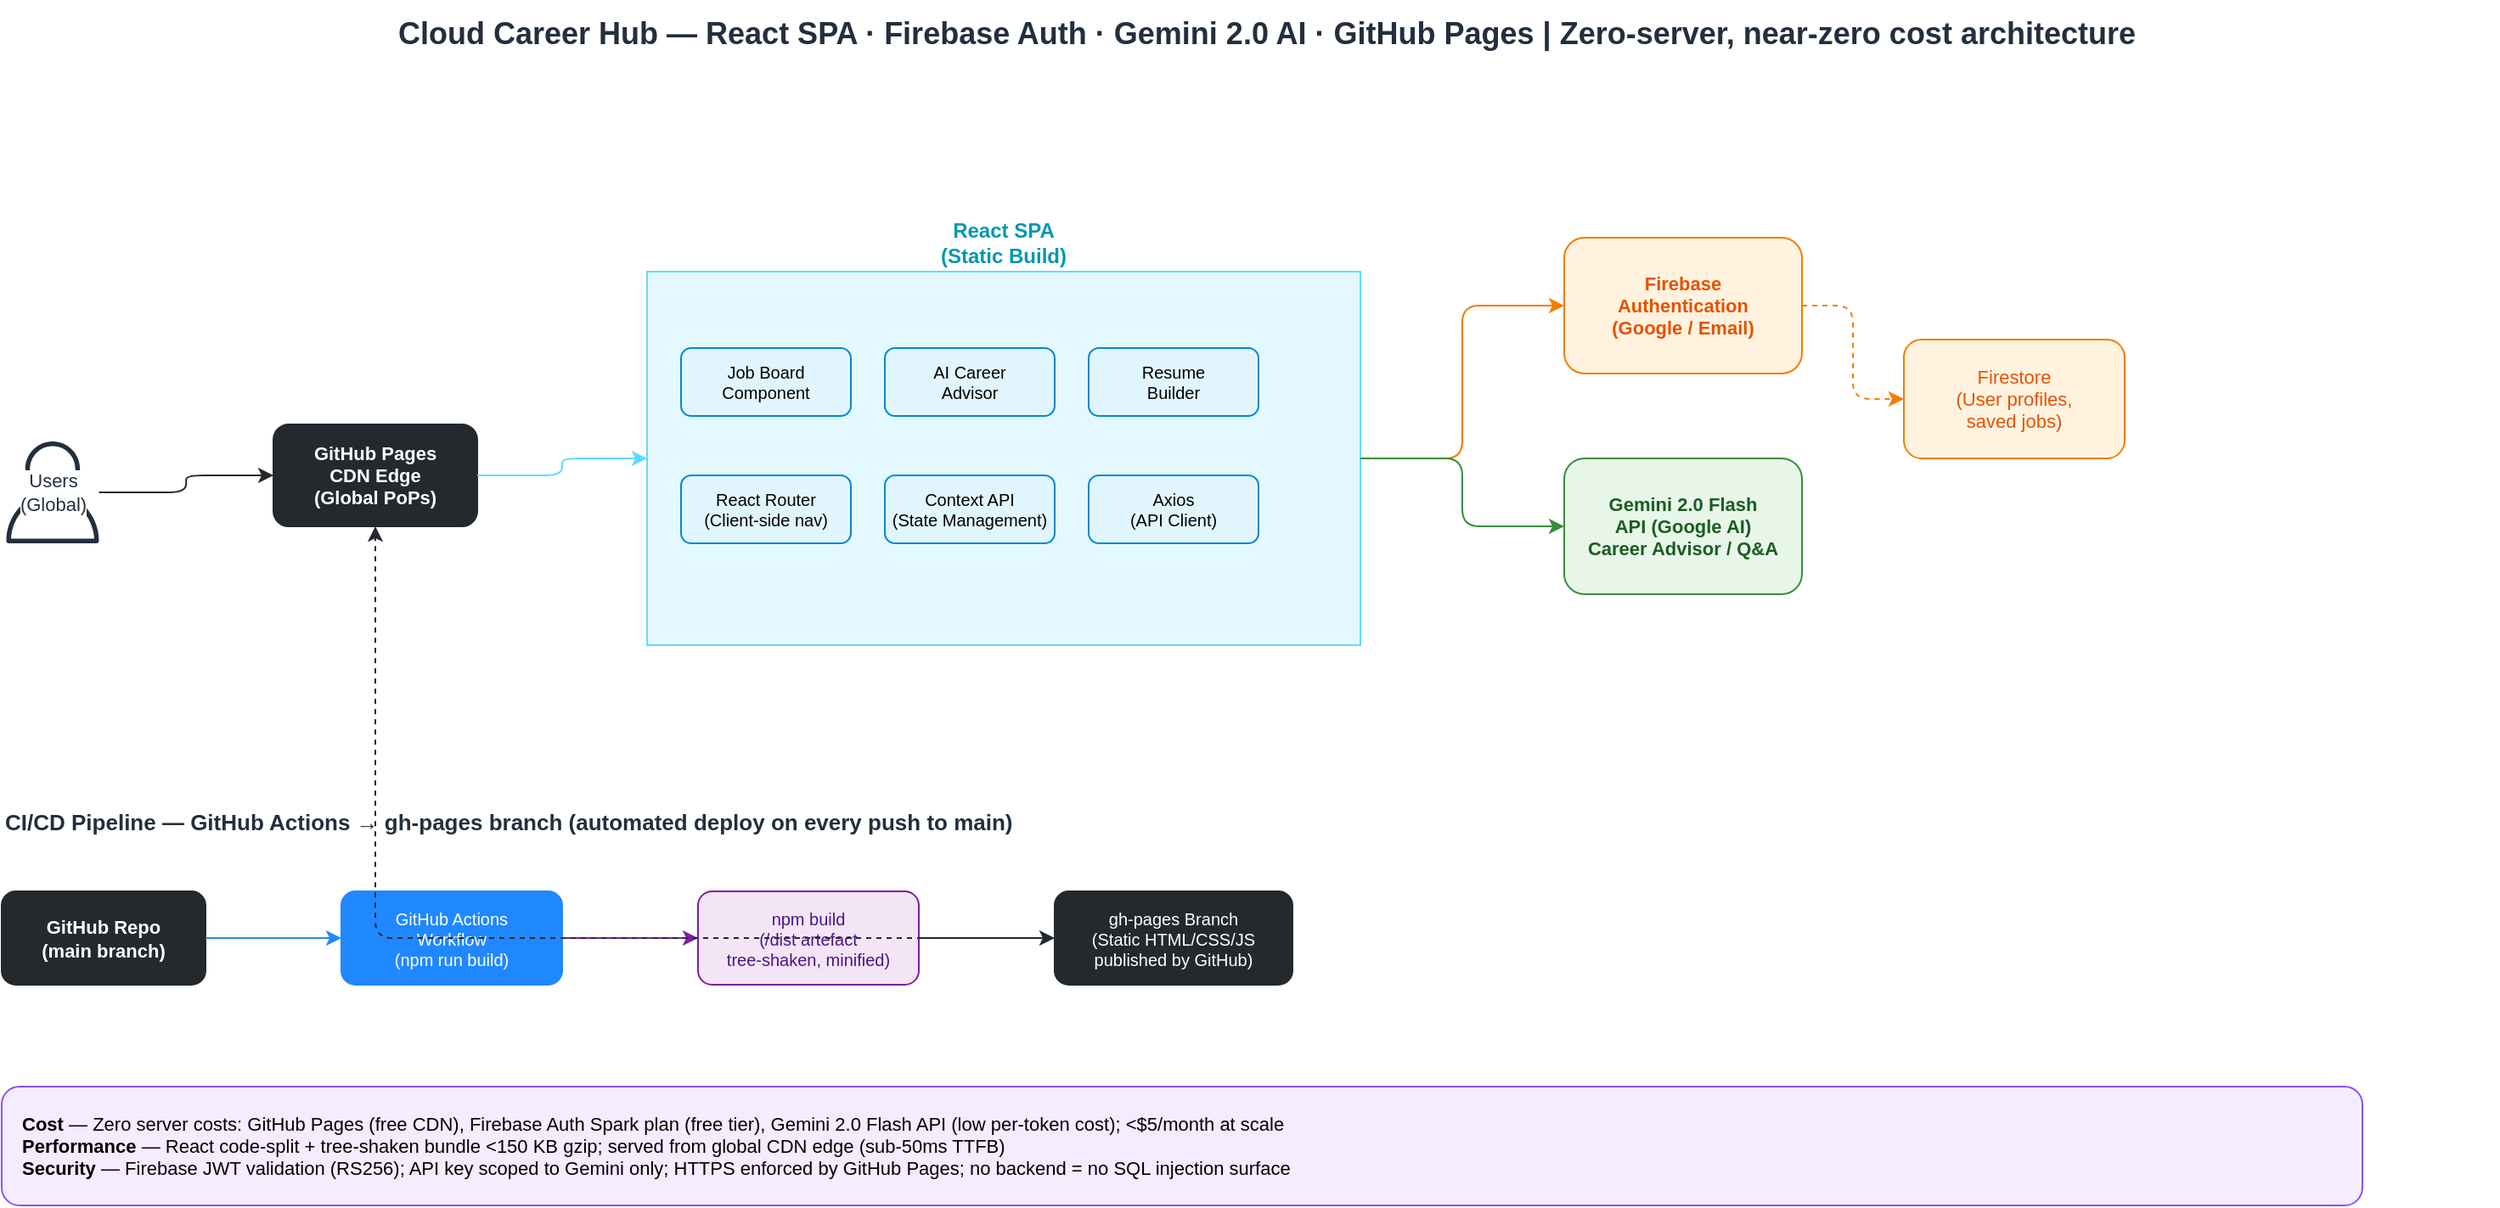
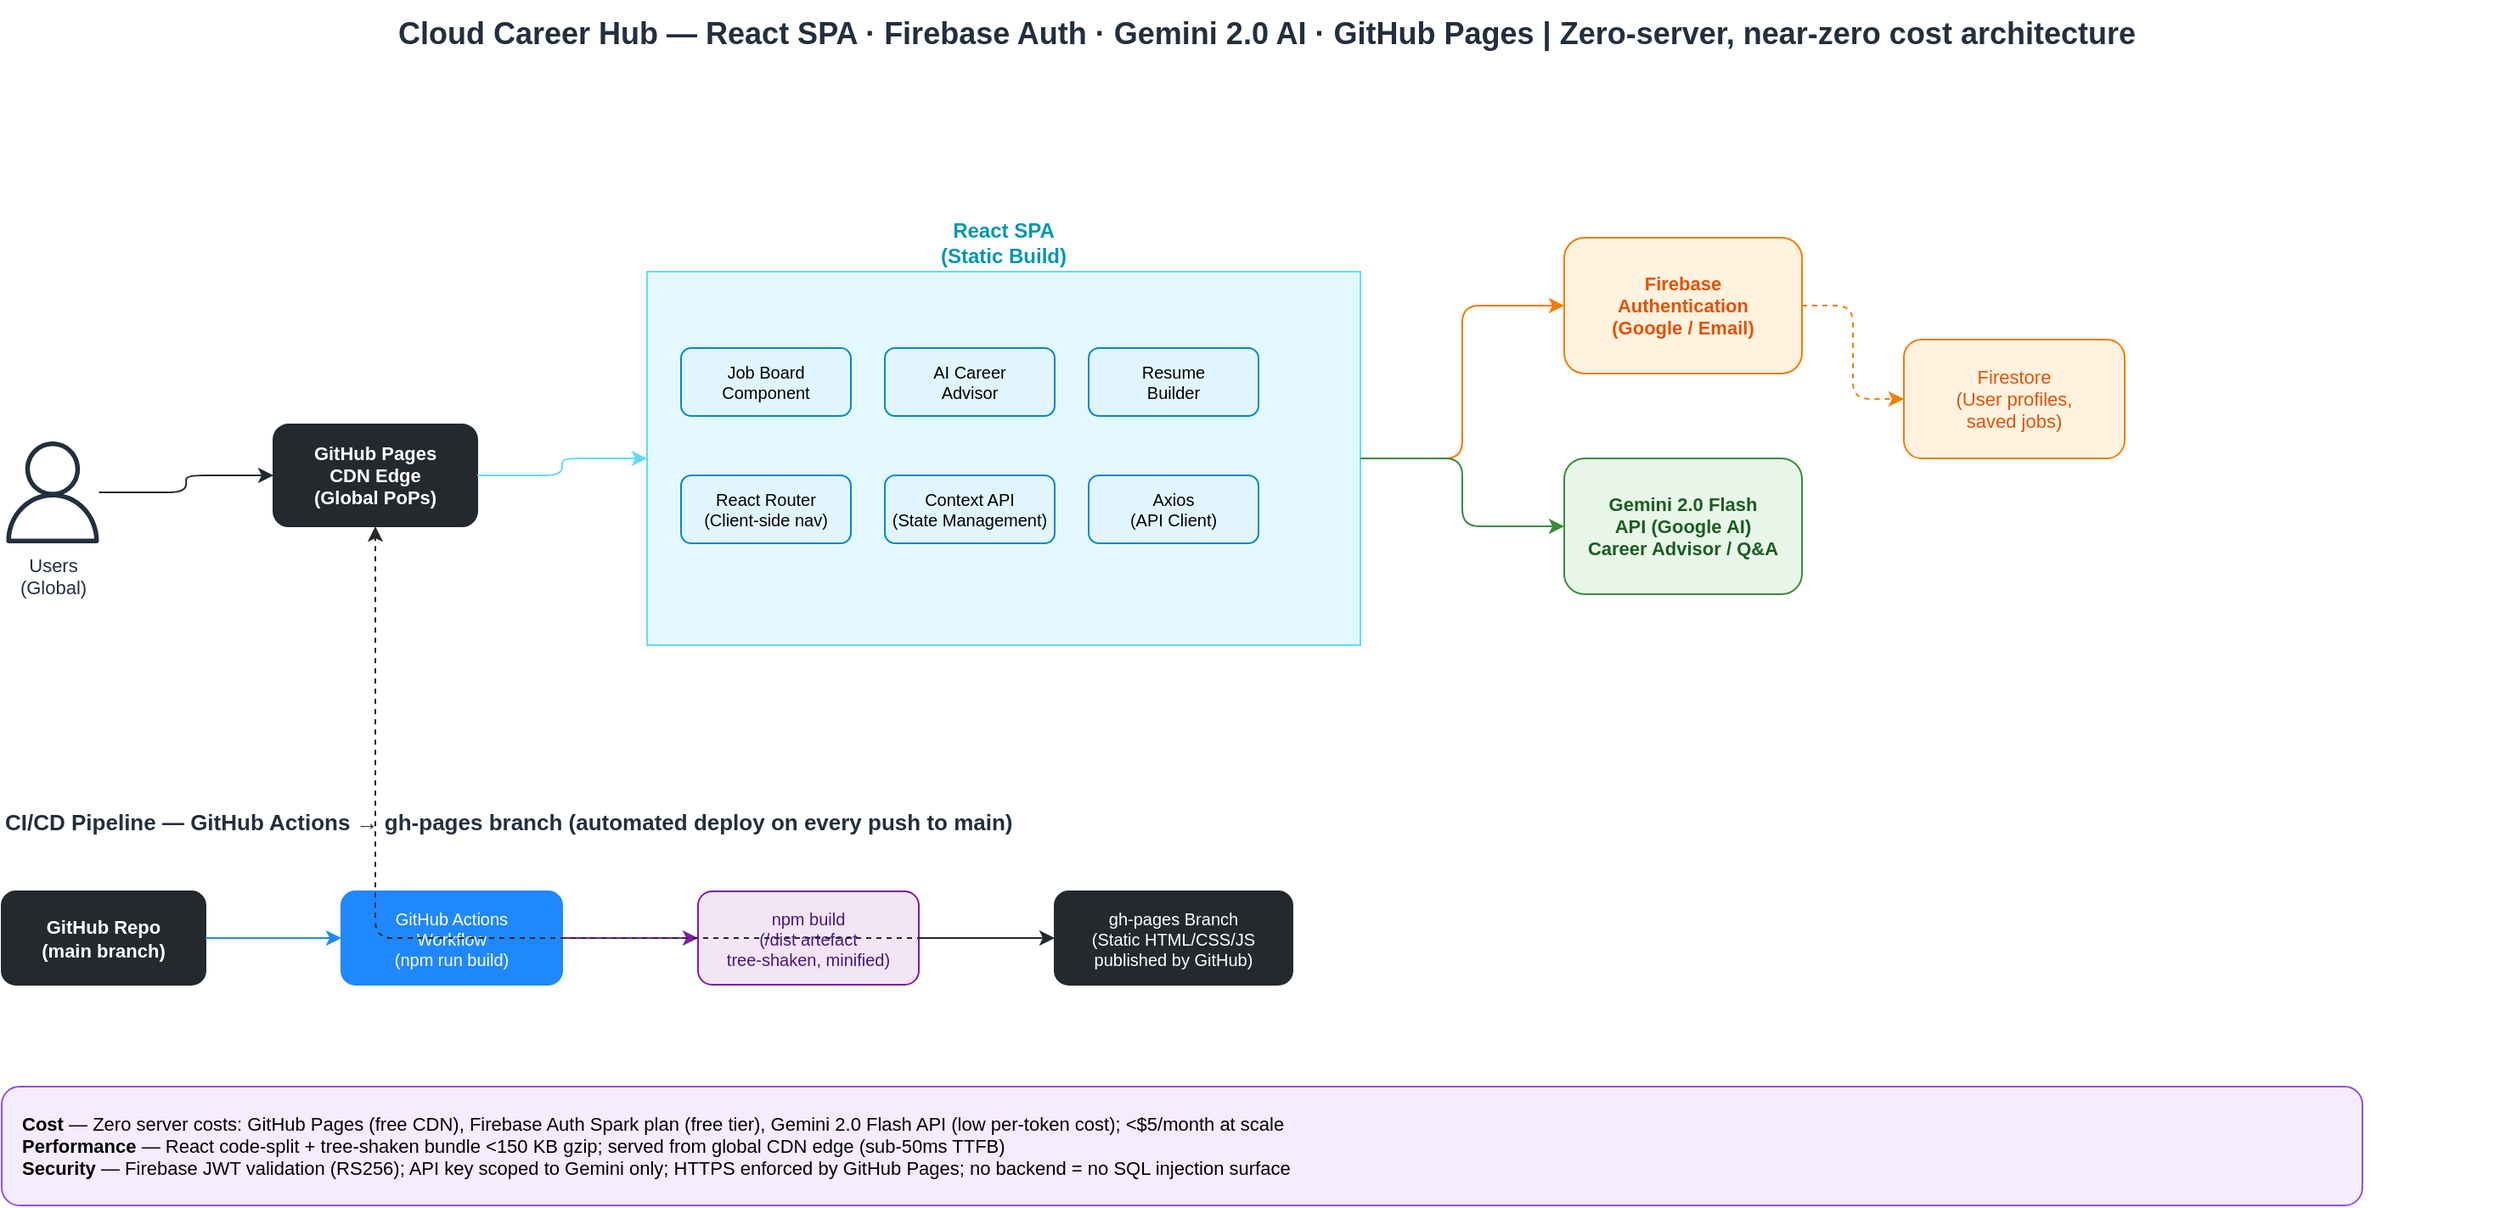
<?xml version="1.0" encoding="UTF-8"?>
<mxfile host="app.diagrams.net" modified="2026-06-27" version="21.0.0">
  <diagram id="cloud-career-hub" name="Cloud Career Hub">
    <mxGraphModel dx="1422" dy="762" grid="1" gridSize="10" guides="1" tooltips="1" connect="1" arrows="1" fold="1" page="1" pageScale="1" pageWidth="1654" pageHeight="1169" math="0" shadow="0">
      <root>
        <mxCell id="0"/>
        <mxCell id="1" parent="0"/>

        <!-- TITLE -->
        <mxCell id="2" value="Cloud Career Hub — React SPA · Firebase Auth · Gemini 2.0 AI · GitHub Pages  |  Zero-server, near-zero cost architecture" style="text;html=1;strokeColor=none;fillColor=none;align=center;verticalAlign=middle;whiteSpace=wrap;rounded=0;fontSize=18;fontStyle=1;fontColor=#232F3E;" vertex="1" parent="1">
          <mxGeometry x="100" y="20" width="1450" height="40" as="geometry"/>
        </mxCell>

        <!-- INTERNET USERS -->
-         <mxCell id="3" value="Users&#xa;(Global)" style="outlineConnect=0;fontColor=#232F3E;gradientColor=none;strokeColor=none;fillColor=#232F3E;labelBackgroundColor=#ffffff;align=center;html=1;fontSize=11;fontStyle=0;aspect=fixed;shape=mxgraph.aws4.user;" vertex="1" parent="1">
+         <mxCell id="3" value="Users&#xa;(Global)" style="outlineConnect=0;fontColor=#232F3E;gradientColor=none;strokeColor=none;fillColor=#232F3E;labelBackgroundColor=#ffffff;align=center;html=1;fontSize=11;fontStyle=0;aspect=fixed;verticalLabelPosition=bottom;verticalAlign=top;shape=mxgraph.aws4.user;" vertex="1" parent="1">
          <mxGeometry x="80" y="280" width="60" height="60" as="geometry"/>
        </mxCell>

        <!-- CLOUDFRONT / GitHub Pages CDN -->
        <mxCell id="4" value="GitHub Pages&#xa;CDN Edge&#xa;(Global PoPs)" style="rounded=1;whiteSpace=wrap;html=1;fillColor=#24292E;strokeColor=#24292E;fontColor=#FFFFFF;fontSize=11;fontStyle=1;" vertex="1" parent="1">
          <mxGeometry x="240" y="270" width="120" height="60" as="geometry"/>
        </mxCell>
        <mxCell id="e1" style="edgeStyle=orthogonalEdgeStyle;html=1;strokeColor=#24292E;" edge="1" source="3" target="4" parent="1">
          <mxGeometry relative="1" as="geometry"/>
        </mxCell>
        <mxCell id="e1_lbl" value="HTTPS" style="edgeLabel;html=1;align=center;verticalAlign=middle;resizable=0;fontSize=10;" vertex="1" connectable="0" parent="e1">
          <mxGeometry x="-0.1" y="-1" relative="1" as="geometry"><Array as="offset"><mxPoint x="0" y="-12"/></Array></mxGeometry>
        </mxCell>

        <!-- REACT SPA -->
        <mxCell id="5" value="React SPA&#xa;(Static Build)" style="points=[[0,0],[0.25,0],[0.5,0],[0.75,0],[1,0],[1,0.25],[1,0.5],[1,0.75],[1,1],[0.75,1],[0.5,1],[0.25,1],[0,1],[0,0.75],[0,0.5],[0,0.25]];shape=mxgraph.aws4.group;strokeColor=#61DAFB;fillColor=#E3F8FF;verticalLabelPosition=top;verticalAlign=bottom;align=center;html=1;whiteSpace=wrap;fontSize=12;fontStyle=1;fontColor=#0097B2;" vertex="1" parent="1">
          <mxGeometry x="460" y="180" width="420" height="220" as="geometry"/>
        </mxCell>
        <mxCell id="e2" style="edgeStyle=orthogonalEdgeStyle;html=1;strokeColor=#61DAFB;" edge="1" source="4" target="5" parent="1">
          <mxGeometry relative="1" as="geometry"/>
        </mxCell>

        <!-- SPA Components -->
        <mxCell id="5a" value="Job Board&#xa;Component" style="rounded=1;whiteSpace=wrap;html=1;fillColor=#E1F5FE;strokeColor=#0288D1;fontSize=10;" vertex="1" parent="1">
          <mxGeometry x="480" y="225" width="100" height="40" as="geometry"/>
        </mxCell>
        <mxCell id="5b" value="AI Career&#xa;Advisor" style="rounded=1;whiteSpace=wrap;html=1;fillColor=#E1F5FE;strokeColor=#0288D1;fontSize=10;" vertex="1" parent="1">
          <mxGeometry x="600" y="225" width="100" height="40" as="geometry"/>
        </mxCell>
        <mxCell id="5c" value="Resume&#xa;Builder" style="rounded=1;whiteSpace=wrap;html=1;fillColor=#E1F5FE;strokeColor=#0288D1;fontSize=10;" vertex="1" parent="1">
          <mxGeometry x="720" y="225" width="100" height="40" as="geometry"/>
        </mxCell>
        <mxCell id="5d" value="React Router&#xa;(Client-side nav)" style="rounded=1;whiteSpace=wrap;html=1;fillColor=#E1F5FE;strokeColor=#0288D1;fontSize=10;" vertex="1" parent="1">
          <mxGeometry x="480" y="300" width="100" height="40" as="geometry"/>
        </mxCell>
        <mxCell id="5e" value="Context API&#xa;(State Management)" style="rounded=1;whiteSpace=wrap;html=1;fillColor=#E1F5FE;strokeColor=#0288D1;fontSize=10;" vertex="1" parent="1">
          <mxGeometry x="600" y="300" width="100" height="40" as="geometry"/>
        </mxCell>
        <mxCell id="5f" value="Axios&#xa;(API Client)" style="rounded=1;whiteSpace=wrap;html=1;fillColor=#E1F5FE;strokeColor=#0288D1;fontSize=10;" vertex="1" parent="1">
          <mxGeometry x="720" y="300" width="100" height="40" as="geometry"/>
        </mxCell>

        <!-- FIREBASE AUTH -->
        <mxCell id="6" value="Firebase&#xa;Authentication&#xa;(Google / Email)" style="rounded=1;whiteSpace=wrap;html=1;fillColor=#FFF3E0;strokeColor=#F57C00;fontColor=#E65100;fontSize=11;fontStyle=1;" vertex="1" parent="1">
          <mxGeometry x="1000" y="160" width="140" height="80" as="geometry"/>
        </mxCell>
        <mxCell id="e3" style="edgeStyle=orthogonalEdgeStyle;html=1;strokeColor=#F57C00;" edge="1" source="5" target="6" parent="1">
          <mxGeometry relative="1" as="geometry"/>
        </mxCell>
        <mxCell id="e3_lbl" value="JWT token&#xa;(OAuth 2.0)" style="edgeLabel;html=1;align=center;verticalAlign=middle;resizable=0;fontSize=10;" vertex="1" connectable="0" parent="e3">
          <mxGeometry x="-0.1" y="-1" relative="1" as="geometry"><Array as="offset"><mxPoint x="0" y="-15"/></Array></mxGeometry>
        </mxCell>

        <!-- GEMINI AI -->
        <mxCell id="7" value="Gemini 2.0 Flash&#xa;API (Google AI)&#xa;Career Advisor / Q&amp;A" style="rounded=1;whiteSpace=wrap;html=1;fillColor=#E8F5E9;strokeColor=#388E3C;fontColor=#1B5E20;fontSize=11;fontStyle=1;" vertex="1" parent="1">
          <mxGeometry x="1000" y="290" width="140" height="80" as="geometry"/>
        </mxCell>
        <mxCell id="e4" style="edgeStyle=orthogonalEdgeStyle;html=1;strokeColor=#388E3C;" edge="1" source="5" target="7" parent="1">
          <mxGeometry relative="1" as="geometry"/>
        </mxCell>
        <mxCell id="e4_lbl" value="REST API&#xa;(API Key, HTTPS)" style="edgeLabel;html=1;align=center;verticalAlign=middle;resizable=0;fontSize=10;" vertex="1" connectable="0" parent="e4">
          <mxGeometry x="-0.1" y="-1" relative="1" as="geometry"><Array as="offset"><mxPoint x="0" y="15"/></Array></mxGeometry>
        </mxCell>

        <!-- FIRESTORE (optional data) -->
        <mxCell id="8" value="Firestore&#xa;(User profiles,&#xa;saved jobs)" style="rounded=1;whiteSpace=wrap;html=1;fillColor=#FFF3E0;strokeColor=#F57C00;fontColor=#E65100;fontSize=11;" vertex="1" parent="1">
          <mxGeometry x="1200" y="220" width="130" height="70" as="geometry"/>
        </mxCell>
        <mxCell id="e5" style="edgeStyle=orthogonalEdgeStyle;html=1;strokeColor=#F57C00;dashed=1;" edge="1" source="6" target="8" parent="1">
          <mxGeometry relative="1" as="geometry"/>
        </mxCell>

        <!-- CI/CD SECTION -->
        <mxCell id="cicd_title" value="CI/CD Pipeline — GitHub Actions → gh-pages branch (automated deploy on every push to main)" style="text;html=1;strokeColor=none;fillColor=none;align=left;fontSize=13;fontStyle=1;fontColor=#232F3E;" vertex="1" parent="1">
          <mxGeometry x="80" y="490" width="900" height="30" as="geometry"/>
        </mxCell>

        <!-- GitHub Repo -->
        <mxCell id="gh" value="GitHub Repo&#xa;(main branch)" style="rounded=1;whiteSpace=wrap;html=1;fillColor=#24292E;strokeColor=#24292E;fontColor=#FFFFFF;fontSize=11;fontStyle=1;" vertex="1" parent="1">
          <mxGeometry x="80" y="545" width="120" height="55" as="geometry"/>
        </mxCell>

        <!-- GitHub Actions -->
        <mxCell id="gha" value="GitHub Actions&#xa;Workflow&#xa;(npm run build)" style="rounded=1;whiteSpace=wrap;html=1;fillColor=#2088FF;strokeColor=#2088FF;fontColor=#FFFFFF;fontSize=10;" vertex="1" parent="1">
          <mxGeometry x="280" y="545" width="130" height="55" as="geometry"/>
        </mxCell>
        <mxCell id="e_gh" style="edgeStyle=orthogonalEdgeStyle;html=1;strokeColor=#2088FF;" edge="1" source="gh" target="gha" parent="1">
          <mxGeometry relative="1" as="geometry"/>
        </mxCell>

        <!-- Build output -->
        <mxCell id="build" value="npm build&#xa;(/dist artefact&#xa;tree-shaken, minified)" style="rounded=1;whiteSpace=wrap;html=1;fillColor=#F3E5F5;strokeColor=#7B1FA2;fontColor=#4A148C;fontSize=10;" vertex="1" parent="1">
          <mxGeometry x="490" y="545" width="130" height="55" as="geometry"/>
        </mxCell>
        <mxCell id="e_build" style="edgeStyle=orthogonalEdgeStyle;html=1;strokeColor=#7B1FA2;" edge="1" source="gha" target="build" parent="1">
          <mxGeometry relative="1" as="geometry"/>
        </mxCell>

        <!-- gh-pages deploy -->
        <mxCell id="ghpages" value="gh-pages Branch&#xa;(Static HTML/CSS/JS&#xa;published by GitHub)" style="rounded=1;whiteSpace=wrap;html=1;fillColor=#24292E;strokeColor=#24292E;fontColor=#FFFFFF;fontSize=10;" vertex="1" parent="1">
          <mxGeometry x="700" y="545" width="140" height="55" as="geometry"/>
        </mxCell>
        <mxCell id="e_pages" style="edgeStyle=orthogonalEdgeStyle;html=1;strokeColor=#24292E;" edge="1" source="build" target="ghpages" parent="1">
          <mxGeometry relative="1" as="geometry"/>
        </mxCell>
        <mxCell id="e_pages_lbl" value="auto-push" style="edgeLabel;html=1;align=center;verticalAlign=middle;resizable=0;fontSize=10;" vertex="1" connectable="0" parent="e_pages">
          <mxGeometry x="-0.1" y="-1" relative="1" as="geometry"><Array as="offset"><mxPoint x="0" y="-12"/></Array></mxGeometry>
        </mxCell>

        <!-- Feedback arrow: gh-pages back to CDN -->
        <mxCell id="e_live" style="edgeStyle=orthogonalEdgeStyle;html=1;strokeColor=#24292E;dashed=1;" edge="1" source="ghpages" target="4" parent="1">
          <mxGeometry relative="1" as="geometry"/>
        </mxCell>
        <mxCell id="e_live_lbl" value="Serves live site" style="edgeLabel;html=1;align=center;verticalAlign=middle;resizable=0;fontSize=10;" vertex="1" connectable="0" parent="e_live">
          <mxGeometry x="-0.1" y="-1" relative="1" as="geometry"><Array as="offset"><mxPoint x="0" y="-12"/></Array></mxGeometry>
        </mxCell>

        <!-- LEGEND -->
        <mxCell id="80" value="&lt;b&gt;Cost&lt;/b&gt; — Zero server costs: GitHub Pages (free CDN), Firebase Auth Spark plan (free tier), Gemini 2.0 Flash API (low per-token cost); &lt;$5/month at scale&#xa;&lt;b&gt;Performance&lt;/b&gt; — React code-split + tree-shaken bundle &lt;150 KB gzip; served from global CDN edge (sub-50ms TTFB)&#xa;&lt;b&gt;Security&lt;/b&gt; — Firebase JWT validation (RS256); API key scoped to Gemini only; HTTPS enforced by GitHub Pages; no backend = no SQL injection surface" style="text;html=1;strokeColor=#8C4FFF;fillColor=#F4ECFF;align=left;verticalAlign=middle;whiteSpace=wrap;rounded=1;fontSize=11;spacingLeft=10;spacingRight=10;" vertex="1" parent="1">
          <mxGeometry x="80" y="660" width="1390" height="70" as="geometry"/>
        </mxCell>

      </root>
    </mxGraphModel>
  </diagram>
</mxfile>
